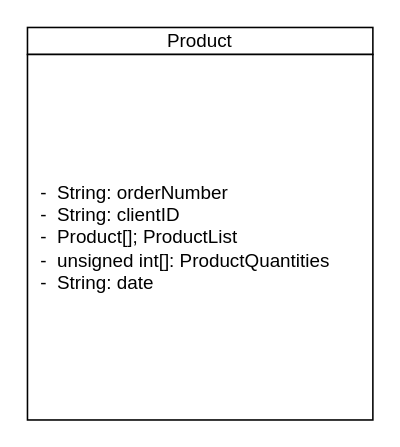
This is Project_1/Class_Diagrams/Product Class Diagram.drawio from chrismd2/CSci-430-Group-11, a draw.io file, before an edit. Source tidied: cells renumbered, new cells numbered last; positions are measured from the earlier drawing's top-left corner, leaving out a move shared by most shapes. Both pictures are drawn from the tidied source at 157%, with x=0, y=0 at pixel (27, 27).
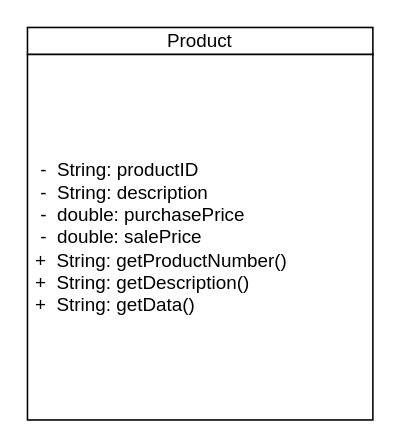
The same diagram, later.

Change to the diagram source:
```diff
@@
 <mxGraphModel>
   <root>
     <mxCell id="0" />
     <mxCell id="1" parent="0" />
     <mxCell id="2" value="-" style="group;" parent="1" vertex="1">
       <mxGeometry width="220" height="250" as="geometry" />
     </mxCell>
     <mxCell id="3" value="Product" style="text;html=1;align=center;verticalAlign=middle;whiteSpace=wrap;rounded=0;strokeColor=#000000;fillColor=#ffffff;" parent="2" vertex="1">
       <mxGeometry width="220" height="17.2" as="geometry" />
     </mxCell>
-    <mxCell id="4" value="&amp;nbsp; -&amp;nbsp; String: orderNumber&lt;br&gt;&amp;nbsp; -&amp;nbsp; String: clientID&lt;br&gt;&amp;nbsp; -&amp;nbsp; Product[]; ProductList&lt;br&gt;&amp;nbsp; -&amp;nbsp; unsigned int[]: ProductQuantities&lt;br&gt;&amp;nbsp; -&amp;nbsp; String: date" style="text;html=1;align=left;verticalAlign=middle;whiteSpace=wrap;rounded=0;strokeColor=#000000;fillColor=#ffffff;" parent="2" vertex="1">
+    <mxCell id="4" value="&amp;nbsp; -&amp;nbsp; String: productID&lt;br&gt;&amp;nbsp; -&amp;nbsp; String: description&lt;br&gt;&amp;nbsp; -&amp;nbsp; double: purchasePrice&lt;br&gt;&amp;nbsp; -&amp;nbsp; double: salePrice&lt;br&gt;&amp;nbsp;+&amp;nbsp; String: getProductNumber()&lt;br&gt;&amp;nbsp;+&amp;nbsp; String: getDescription()&lt;br&gt;&amp;nbsp;+&amp;nbsp; String: getData()" style="text;html=1;align=left;verticalAlign=middle;whiteSpace=wrap;rounded=0;strokeColor=#000000;fillColor=#ffffff;" parent="2" vertex="1">
       <mxGeometry y="17.2" width="220" height="232.8" as="geometry" />
     </mxCell>
   </root>
 </mxGraphModel>
```
